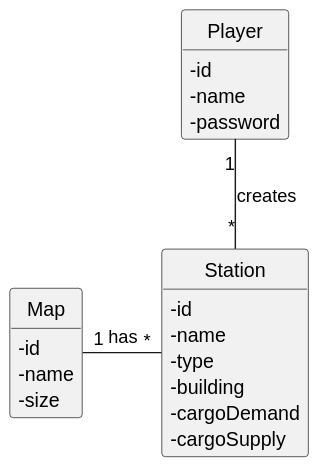
Before: docs/sprint1/us005/02.analysis/svg/us005-domain-model.svg, a diagram exported from PlantUML (ivasduarte/all-aboard). The source it was exported from:
```plantuml
@startuml
skinparam monochrome true
skinparam packageStyle rectangle
skinparam shadowing false


skinparam classAttributeIconSize 0

hide circle
hide methods


class Map {
    - id
    - name
    - size
}

class Station {
    - id
    - name
    - type
    - building
    - cargoDemand
    - cargoSupply
}

class Player {
    - id
    - name
    - password
}


Map "1" - "*" Station : has
Player "1" -- "*" Station : creates
@enduml
```
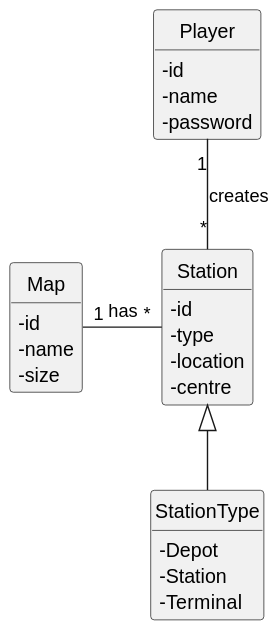
Later version of the same file.

Commit message:
US005(docs): Updated Domain Model

Change to the diagram source:
```diff
@@ -18,11 +18,15 @@
 
 class Station {
     - id
-    - name
     - type
-    - building
-    - cargoDemand
-    - cargoSupply
+    - location
+    - centre
+}
+
+class StationType extends Station{
+    - Depot
+    - Station
+    - Terminal
 }
 
 class Player {
```
